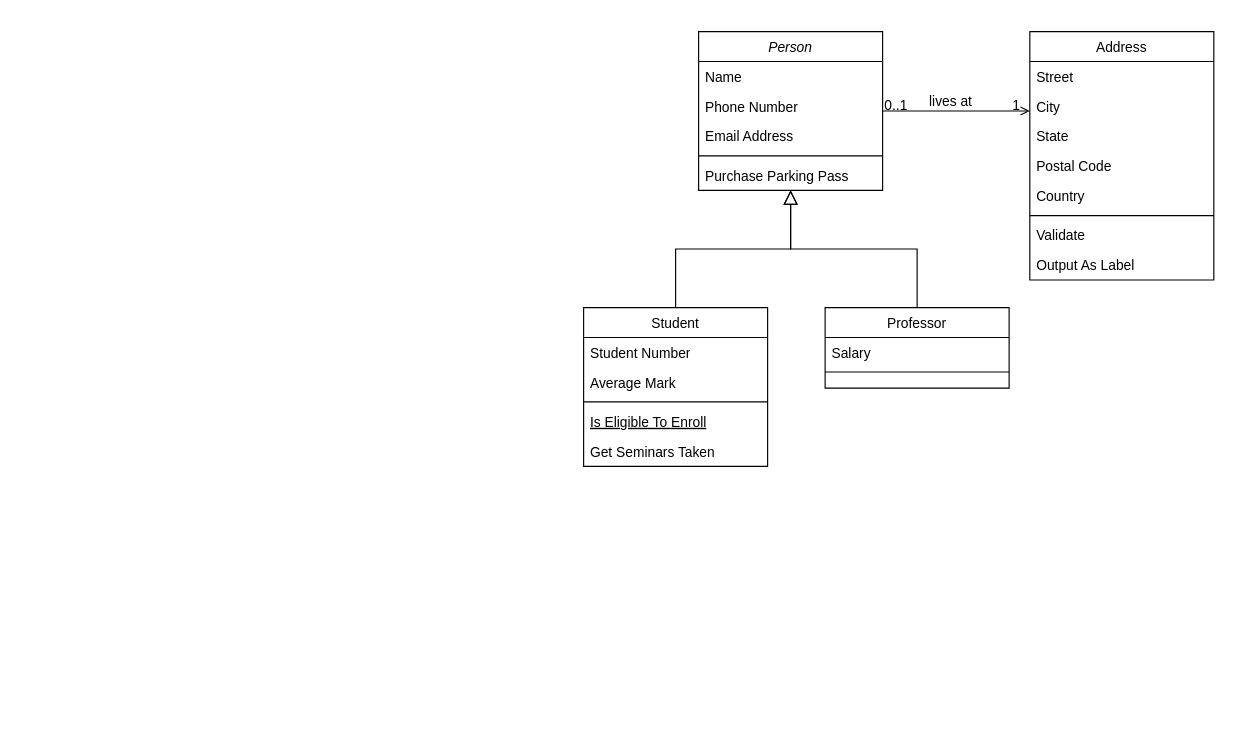
Before: Diagrama sin título.drawio in saofi10/TP1_SofiaCorrea, a draw.io diagram. Source tidied: cells renumbered, new cells numbered last; positions are measured from the earlier drawing's top-left corner, leaving out a move shared by most shapes. Both pictures are drawn from the tidied source at 115%, with x=0, y=0 at pixel (583, 31).
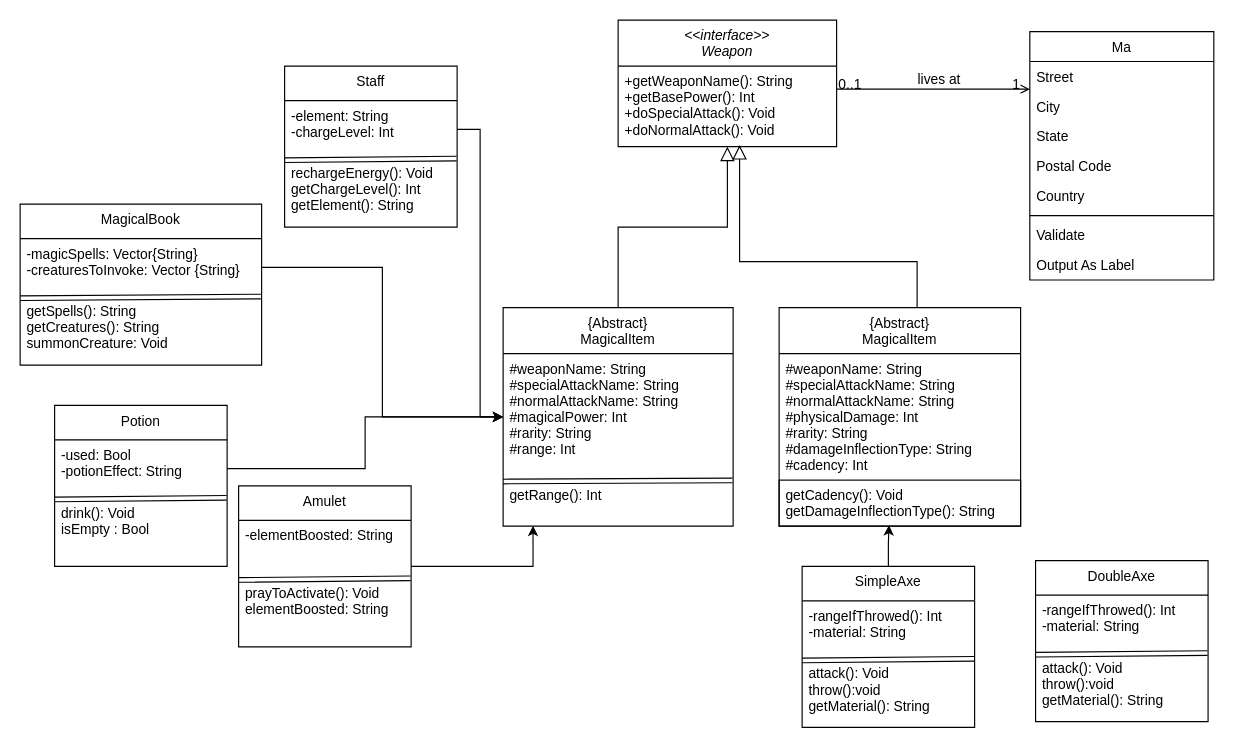
The same diagram, later.

Diff of the diagram source:
```diff
@@
-    <mxCell id="2" value="Person" style="swimlane;fontStyle=2;align=center;verticalAlign=top;horizontal=1;startSize=26;rounded=0;shadow=0;strokeWidth=1;" parent="1" vertex="1">
-      <mxGeometry x="100" width="160" height="138" as="geometry" />
+    <mxCell id="2" value="&lt;&lt;interface&gt;&gt;&#10;Weapon" style="swimlane;fontStyle=2;align=center;verticalAlign=top;horizontal=1;startSize=40;rounded=0;shadow=0;strokeWidth=1;" parent="1" vertex="1">
+      <mxGeometry x="30" y="-10" width="190" height="110" as="geometry" />
     </mxCell>
-    <mxCell id="3" value="Name" style="text;align=left;verticalAlign=top;spacingLeft=4;spacingRight=4;overflow=hidden;points=[[0,0.5],[1,0.5]];portConstraint=eastwest;" parent="2" vertex="1">
-      <mxGeometry y="26" width="160" height="26" as="geometry" />
+    <mxCell id="3" value="+getWeaponName(): String&#10;+getBasePower(): Int&#10;+doSpecialAttack(): Void&#10;+doNormalAttack(): Void" style="text;align=left;verticalAlign=top;spacingLeft=4;spacingRight=4;overflow=hidden;points=[[0,0.5],[1,0.5]];portConstraint=eastwest;" parent="2" vertex="1">
+      <mxGeometry y="40" width="190" height="70" as="geometry" />
     </mxCell>
-    <mxCell id="4" value="Phone Number" style="text;align=left;verticalAlign=top;spacingLeft=4;spacingRight=4;overflow=hidden;rounded=0;shadow=0;html=0;" parent="2" vertex="1">
-      <mxGeometry y="52" width="160" height="26" as="geometry" />
-    </mxCell>
-    <mxCell id="5" value="Email Address" style="text;align=left;verticalAlign=top;spacingLeft=4;spacingRight=4;overflow=hidden;rounded=0;shadow=0;html=0;" parent="2" vertex="1">
-      <mxGeometry y="78" width="160" height="26" as="geometry" />
-    </mxCell>
-    <mxCell id="6" style="line;html=1;strokeWidth=1;align=left;verticalAlign=middle;spacingTop=-1;spacingLeft=3;spacingRight=3;labelPosition=right;" parent="2" vertex="1">
-      <mxGeometry y="104" width="160" height="8" as="geometry" />
-    </mxCell>
-    <mxCell id="7" value="Purchase Parking Pass" style="text;align=left;verticalAlign=top;spacingLeft=4;spacingRight=4;overflow=hidden;" parent="2" vertex="1">
-      <mxGeometry y="112" width="160" height="26" as="geometry" />
-    </mxCell>
-    <mxCell id="8" value="Student" style="swimlane;fontStyle=0;align=center;verticalAlign=top;horizontal=1;startSize=26;rounded=0;shadow=0;strokeWidth=1;" parent="1" vertex="1">
-      <mxGeometry y="240" width="160" height="138" as="geometry" />
+    <mxCell id="8" value="{Abstract}&#10;MagicalItem" style="swimlane;fontStyle=0;align=center;verticalAlign=top;horizontal=1;startSize=40;rounded=0;shadow=0;strokeWidth=1;" parent="1" vertex="1">
+      <mxGeometry x="-70" y="240" width="200" height="190" as="geometry" />
     </mxCell>
-    <mxCell id="9" value="Student Number" style="text;align=left;verticalAlign=top;spacingLeft=4;spacingRight=4;overflow=hidden;" parent="8" vertex="1">
-      <mxGeometry y="26" width="160" height="26" as="geometry" />
-    </mxCell>
-    <mxCell id="10" value="Average Mark" style="text;align=left;verticalAlign=top;spacingLeft=4;spacingRight=4;overflow=hidden;points=[[0,0.5],[1,0.5]];portConstraint=eastwest;rounded=0;shadow=0;html=0;" parent="8" vertex="1">
-      <mxGeometry y="52" width="160" height="26" as="geometry" />
+    <mxCell id="10" value="#weaponName: String&#10;#specialAttackName: String&#10;#normalAttackName: String&#10;#magicalPower: Int&#10;#rarity: String&#10;#range: Int" style="text;align=left;verticalAlign=top;spacingLeft=4;spacingRight=4;overflow=hidden;points=[[0,0.5],[1,0.5]];portConstraint=eastwest;rounded=0;shadow=0;html=0;" parent="8" vertex="1">
+      <mxGeometry y="40" width="200" height="110" as="geometry" />
     </mxCell>
-    <mxCell id="11" style="line;html=1;strokeWidth=1;align=left;verticalAlign=middle;spacingTop=-1;spacingLeft=3;spacingRight=3;labelPosition=right;" parent="8" vertex="1">
-      <mxGeometry y="78" width="160" height="8" as="geometry" />
-    </mxCell>
-    <mxCell id="12" value="Is Eligible To Enroll" style="text;align=left;verticalAlign=top;spacingLeft=4;spacingRight=4;overflow=hidden;fontStyle=4;" parent="8" vertex="1">
-      <mxGeometry y="86" width="160" height="26" as="geometry" />
-    </mxCell>
-    <mxCell id="13" value="Get Seminars Taken" style="text;align=left;verticalAlign=top;spacingLeft=4;spacingRight=4;overflow=hidden;" parent="8" vertex="1">
-      <mxGeometry y="112" width="160" height="26" as="geometry" />
-    </mxCell>
+    <mxCell id="32" style="shape=link;html=1;rounded=0;entryX=0.997;entryY=0.006;entryDx=0;entryDy=0;entryPerimeter=0;exitX=0;exitY=0.03;exitDx=0;exitDy=0;exitPerimeter=0;" parent="8" edge="1" source="33" target="33">
+      <mxGeometry relative="1" as="geometry" />
+    </mxCell>
+    <mxCell id="33" value="getRange(): Int" style="text;align=left;verticalAlign=top;spacingLeft=4;spacingRight=4;overflow=hidden;points=[[0,0.5],[1,0.5]];portConstraint=eastwest;rounded=0;shadow=0;html=0;" parent="8" vertex="1">
+      <mxGeometry y="150" width="200" height="40" as="geometry" />
+    </mxCell>
@@
-    <mxCell id="15" value="Professor" style="swimlane;fontStyle=0;align=center;verticalAlign=top;horizontal=1;startSize=26;rounded=0;shadow=0;strokeWidth=1;" parent="1" vertex="1">
-      <mxGeometry x="210" y="240" width="160" height="70" as="geometry" />
-    </mxCell>
-    <mxCell id="16" value="Salary" style="text;align=left;verticalAlign=top;spacingLeft=4;spacingRight=4;overflow=hidden;" parent="15" vertex="1">
-      <mxGeometry y="26" width="160" height="26" as="geometry" />
-    </mxCell>
-    <mxCell id="17" style="line;html=1;strokeWidth=1;align=left;verticalAlign=middle;spacingTop=-1;spacingLeft=3;spacingRight=3;labelPosition=right;" parent="15" vertex="1">
-      <mxGeometry y="52" width="160" height="8" as="geometry" />
-    </mxCell>
-    <mxCell id="18" style="endArrow=block;endSize=10;endFill=0;shadow=0;strokeWidth=1;rounded=0;curved=0;edgeStyle=elbowEdgeStyle;elbow=vertical;" parent="1" edge="1" source="15" target="2">
-      <mxGeometry relative="1" as="geometry" />
+    <mxCell id="18" style="endArrow=block;endSize=10;endFill=0;shadow=0;strokeWidth=1;rounded=0;curved=0;edgeStyle=elbowEdgeStyle;elbow=vertical;entryX=0.556;entryY=0.981;entryDx=0;entryDy=0;entryPerimeter=0;" parent="1" edge="1" target="3">
+      <mxGeometry relative="1" as="geometry">
+        <mxPoint x="290" y="240" as="sourcePoint" />
+        <Array as="points">
+          <mxPoint x="180" y="200" />
+        </Array>
+      </mxGeometry>
     </mxCell>
-    <mxCell id="19" value="Address" style="swimlane;fontStyle=0;align=center;verticalAlign=top;horizontal=1;startSize=26;rounded=0;shadow=0;strokeWidth=1;" parent="1" vertex="1">
+    <mxCell id="19" value="Ma" style="swimlane;fontStyle=0;align=center;verticalAlign=top;horizontal=1;startSize=26;rounded=0;shadow=0;strokeWidth=1;" parent="1" vertex="1">
       <mxGeometry x="388" width="160" height="216" as="geometry" />
     </mxCell>
@@
+    <mxCell id="34" value="{Abstract}&#10;MagicalItem" style="swimlane;fontStyle=0;align=center;verticalAlign=top;horizontal=1;startSize=40;rounded=0;shadow=0;strokeWidth=1;" parent="1" vertex="1">
+      <mxGeometry x="170" y="240" width="210" height="190" as="geometry" />
+    </mxCell>
+    <mxCell id="35" value="#weaponName: String&#10;#specialAttackName: String&#10;#normalAttackName: String&#10;#physicalDamage: Int&#10;#rarity: String&#10;#damageInflectionType: String&#10;#cadency: Int&#10;" style="text;align=left;verticalAlign=top;spacingLeft=4;spacingRight=4;overflow=hidden;rounded=0;shadow=0;html=0;" parent="34" vertex="1">
+      <mxGeometry y="40" width="210" height="110" as="geometry" />
+    </mxCell>
+    <mxCell id="36" value="getCadency(): Void&#10;getDamageInflectionType(): String" style="text;align=left;verticalAlign=top;spacingLeft=4;spacingRight=4;overflow=hidden;points=[[0,0.5],[1,0.5]];portConstraint=eastwest;rounded=0;shadow=0;html=0;strokeColor=default;" parent="34" vertex="1">
+      <mxGeometry y="150" width="210" height="40" as="geometry" />
+    </mxCell>
+    <mxCell id="37" value="Staff" style="swimlane;fontStyle=0;align=center;verticalAlign=top;horizontal=1;startSize=30;rounded=0;shadow=0;strokeWidth=1;" parent="1" vertex="1">
+      <mxGeometry x="-260" y="30" width="150" height="140" as="geometry" />
+    </mxCell>
+    <mxCell id="38" value="-element: String&#10;-chargeLevel: Int" style="text;align=left;verticalAlign=top;spacingLeft=4;spacingRight=4;overflow=hidden;points=[[0,0.5],[1,0.5]];portConstraint=eastwest;rounded=0;shadow=0;html=0;" parent="37" vertex="1">
+      <mxGeometry y="30" width="150" height="50" as="geometry" />
+    </mxCell>
+    <mxCell id="39" style="shape=link;html=1;rounded=0;entryX=0.997;entryY=0.006;entryDx=0;entryDy=0;entryPerimeter=0;exitX=0;exitY=0.03;exitDx=0;exitDy=0;exitPerimeter=0;" parent="37" edge="1" source="40" target="40">
+      <mxGeometry relative="1" as="geometry" />
+    </mxCell>
+    <mxCell id="40" value="rechargeEnergy(): Void&#10;getChargeLevel(): Int&#10;getElement(): String&#10;" style="text;align=left;verticalAlign=top;spacingLeft=4;spacingRight=4;overflow=hidden;points=[[0,0.5],[1,0.5]];portConstraint=eastwest;rounded=0;shadow=0;html=0;" parent="37" vertex="1">
+      <mxGeometry y="80" width="150" height="60" as="geometry" />
+    </mxCell>
+    <mxCell id="41" style="edgeStyle=orthogonalEdgeStyle;rounded=0;jettySize=auto;html=1;entryX=0;entryY=0.5;entryDx=0;entryDy=0;" parent="1" edge="1" source="38" target="10">
+      <mxGeometry relative="1" as="geometry" />
+    </mxCell>
+    <mxCell id="42" value="MagicalBook" style="swimlane;fontStyle=0;align=center;verticalAlign=top;horizontal=1;startSize=30;rounded=0;shadow=0;strokeWidth=1;" parent="1" vertex="1">
+      <mxGeometry x="-490" y="150" width="210" height="140" as="geometry" />
+    </mxCell>
+    <mxCell id="43" value="-magicSpells: Vector{String}&#10;-creaturesToInvoke: Vector {String}" style="text;align=left;verticalAlign=top;spacingLeft=4;spacingRight=4;overflow=hidden;points=[[0,0.5],[1,0.5]];portConstraint=eastwest;rounded=0;shadow=0;html=0;" parent="42" vertex="1">
+      <mxGeometry y="30" width="210" height="50" as="geometry" />
+    </mxCell>
+    <mxCell id="44" style="shape=link;html=1;rounded=0;entryX=0.997;entryY=0.006;entryDx=0;entryDy=0;entryPerimeter=0;exitX=0;exitY=0.03;exitDx=0;exitDy=0;exitPerimeter=0;" parent="42" edge="1" source="45" target="45">
+      <mxGeometry relative="1" as="geometry" />
+    </mxCell>
+    <mxCell id="45" value="getSpells(): String&#10;getCreatures(): String&#10;summonCreature: Void&#10;" style="text;align=left;verticalAlign=top;spacingLeft=4;spacingRight=4;overflow=hidden;points=[[0,0.5],[1,0.5]];portConstraint=eastwest;rounded=0;shadow=0;html=0;" parent="42" vertex="1">
+      <mxGeometry y="80" width="210" height="60" as="geometry" />
+    </mxCell>
+    <mxCell id="46" value="Potion" style="swimlane;fontStyle=0;align=center;verticalAlign=top;horizontal=1;startSize=30;rounded=0;shadow=0;strokeWidth=1;" parent="1" vertex="1">
+      <mxGeometry x="-460" y="325" width="150" height="140" as="geometry" />
+    </mxCell>
+    <mxCell id="47" value="-used: Bool&#10;-potionEffect: String" style="text;align=left;verticalAlign=top;spacingLeft=4;spacingRight=4;overflow=hidden;points=[[0,0.5],[1,0.5]];portConstraint=eastwest;rounded=0;shadow=0;html=0;" parent="46" vertex="1">
+      <mxGeometry y="30" width="150" height="50" as="geometry" />
+    </mxCell>
+    <mxCell id="48" style="shape=link;html=1;rounded=0;entryX=0.997;entryY=0.006;entryDx=0;entryDy=0;entryPerimeter=0;exitX=0;exitY=0.03;exitDx=0;exitDy=0;exitPerimeter=0;" parent="46" edge="1" source="49" target="49">
+      <mxGeometry relative="1" as="geometry" />
+    </mxCell>
+    <mxCell id="49" value="drink(): Void&#10;isEmpty : Bool" style="text;align=left;verticalAlign=top;spacingLeft=4;spacingRight=4;overflow=hidden;points=[[0,0.5],[1,0.5]];portConstraint=eastwest;rounded=0;shadow=0;html=0;" parent="46" vertex="1">
+      <mxGeometry y="80" width="150" height="60" as="geometry" />
+    </mxCell>
+    <mxCell id="50" style="edgeStyle=orthogonalEdgeStyle;rounded=0;jettySize=auto;html=1;entryX=0.13;entryY=0.992;entryDx=0;entryDy=0;entryPerimeter=0;" parent="1" edge="1" source="51" target="33">
+      <mxGeometry relative="1" as="geometry" />
+    </mxCell>
+    <mxCell id="51" value="Amulet" style="swimlane;fontStyle=0;align=center;verticalAlign=top;horizontal=1;startSize=30;rounded=0;shadow=0;strokeWidth=1;" parent="1" vertex="1">
+      <mxGeometry x="-300" y="395" width="150" height="140" as="geometry" />
+    </mxCell>
+    <mxCell id="52" value="-elementBoosted: String" style="text;align=left;verticalAlign=top;spacingLeft=4;spacingRight=4;overflow=hidden;rounded=0;shadow=0;html=0;" parent="51" vertex="1">
+      <mxGeometry y="30" width="150" height="50" as="geometry" />
+    </mxCell>
+    <mxCell id="53" style="shape=link;html=1;rounded=0;entryX=0.997;entryY=0.006;entryDx=0;entryDy=0;entryPerimeter=0;exitX=0;exitY=0.03;exitDx=0;exitDy=0;exitPerimeter=0;" parent="51" edge="1" source="54" target="54">
+      <mxGeometry relative="1" as="geometry" />
+    </mxCell>
+    <mxCell id="54" value="prayToActivate(): Void&#10;elementBoosted: String" style="text;align=left;verticalAlign=top;spacingLeft=4;spacingRight=4;overflow=hidden;points=[[0,0.5],[1,0.5]];portConstraint=eastwest;rounded=0;shadow=0;html=0;" parent="51" vertex="1">
+      <mxGeometry y="80" width="150" height="60" as="geometry" />
+    </mxCell>
+    <mxCell id="55" value="SimpleAxe" style="swimlane;fontStyle=0;align=center;verticalAlign=top;horizontal=1;startSize=30;rounded=0;shadow=0;strokeWidth=1;" parent="1" vertex="1">
+      <mxGeometry x="190" y="465" width="150" height="140" as="geometry" />
+    </mxCell>
+    <mxCell id="56" value="-rangeIfThrowed(): Int&#10;-material: String" style="text;align=left;verticalAlign=top;spacingLeft=4;spacingRight=4;overflow=hidden;rounded=0;shadow=0;html=0;" parent="55" vertex="1">
+      <mxGeometry y="30" width="150" height="50" as="geometry" />
+    </mxCell>
+    <mxCell id="57" style="shape=link;html=1;rounded=0;entryX=0.997;entryY=0.006;entryDx=0;entryDy=0;entryPerimeter=0;exitX=0;exitY=0.03;exitDx=0;exitDy=0;exitPerimeter=0;" parent="55" edge="1" source="58" target="58">
+      <mxGeometry relative="1" as="geometry" />
+    </mxCell>
+    <mxCell id="58" value="attack(): Void&#10;throw():void&#10;getMaterial(): String&#10;" style="text;align=left;verticalAlign=top;spacingLeft=4;spacingRight=4;overflow=hidden;points=[[0,0.5],[1,0.5]];portConstraint=eastwest;rounded=0;shadow=0;html=0;" parent="55" vertex="1">
+      <mxGeometry y="80" width="150" height="60" as="geometry" />
+    </mxCell>
+    <mxCell id="59" style="edgeStyle=orthogonalEdgeStyle;rounded=0;jettySize=auto;html=1;entryX=0;entryY=0.5;entryDx=0;entryDy=0;" parent="1" edge="1" source="43" target="10">
+      <mxGeometry relative="1" as="geometry" />
+    </mxCell>
+    <mxCell id="60" style="edgeStyle=orthogonalEdgeStyle;rounded=0;jettySize=auto;html=1;entryX=0;entryY=0.5;entryDx=0;entryDy=0;" parent="1" edge="1" source="47" target="10">
+      <mxGeometry relative="1" as="geometry" />
+    </mxCell>
+    <mxCell id="61" style="edgeStyle=orthogonalEdgeStyle;rounded=0;jettySize=auto;html=1;entryX=0.455;entryY=0.98;entryDx=0;entryDy=0;entryPerimeter=0;" parent="1" edge="1" source="55" target="36">
+      <mxGeometry relative="1" as="geometry" />
+    </mxCell>
+    <mxCell id="62" value="DoubleAxe" style="swimlane;fontStyle=0;align=center;verticalAlign=top;horizontal=1;startSize=30;rounded=0;shadow=0;strokeWidth=1;" parent="1" vertex="1">
+      <mxGeometry x="393" y="460" width="150" height="140" as="geometry" />
+    </mxCell>
+    <mxCell id="63" value="-rangeIfThrowed(): Int&#10;-material: String" style="text;align=left;verticalAlign=top;spacingLeft=4;spacingRight=4;overflow=hidden;rounded=0;shadow=0;html=0;" parent="62" vertex="1">
+      <mxGeometry y="30" width="150" height="50" as="geometry" />
+    </mxCell>
+    <mxCell id="64" style="shape=link;html=1;rounded=0;entryX=0.997;entryY=0.006;entryDx=0;entryDy=0;entryPerimeter=0;exitX=0;exitY=0.03;exitDx=0;exitDy=0;exitPerimeter=0;" parent="62" edge="1" source="65" target="65">
+      <mxGeometry relative="1" as="geometry" />
+    </mxCell>
+    <mxCell id="65" value="attack(): Void&#10;throw():void&#10;getMaterial(): String&#10;" style="text;align=left;verticalAlign=top;spacingLeft=4;spacingRight=4;overflow=hidden;points=[[0,0.5],[1,0.5]];portConstraint=eastwest;rounded=0;shadow=0;html=0;" parent="62" vertex="1">
+      <mxGeometry y="80" width="150" height="60" as="geometry" />
+    </mxCell>
```
